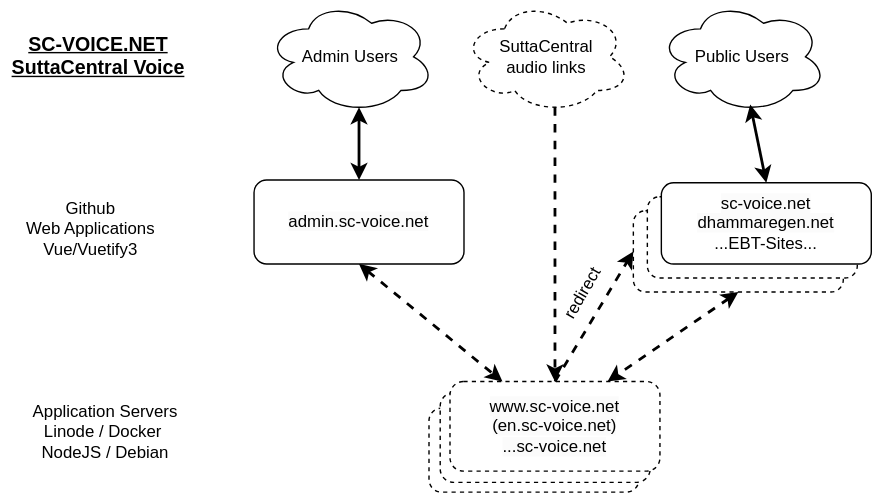
This is public/img/api.sc-voice.net.drawio.svg from sc-voice/admin_sc-voice_net, a draw.io export, as it was before one commit. Source tidied: cells renumbered, new cells last; positions are measured from the earlier drawing's top-left corner, leaving out a move shared by most shapes.
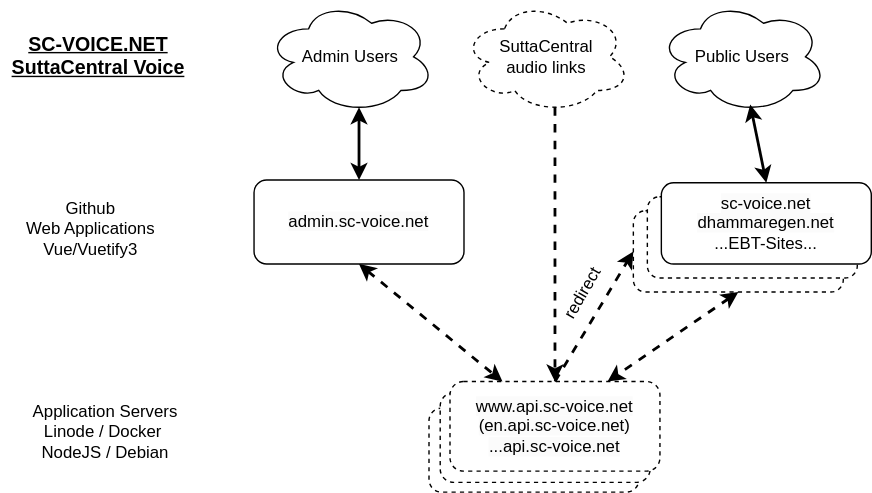
Later version of the same file.

Diff of the diagram source:
```diff
@@ -40,7 +40,7 @@
     <mxCell id="13" value="&lt;span style=&quot;color: rgb(0, 0, 0); font-family: Helvetica; font-size: 12px; font-style: normal; font-variant-ligatures: normal; font-variant-caps: normal; font-weight: 400; letter-spacing: normal; orphans: 2; text-align: center; text-indent: 0px; text-transform: none; widows: 2; word-spacing: 0px; -webkit-text-stroke-width: 0px; background-color: rgb(251, 251, 251); text-decoration-thickness: initial; text-decoration-style: initial; text-decoration-color: initial; float: none; display: inline !important;&quot;&gt;www.sc-voice.net&lt;/span&gt;&lt;span style=&quot;color: rgb(0, 0, 0); font-family: Helvetica; font-size: 12px; font-style: normal; font-variant-ligatures: normal; font-variant-caps: normal; font-weight: 400; letter-spacing: normal; orphans: 2; text-align: center; text-indent: 0px; text-transform: none; widows: 2; word-spacing: 0px; -webkit-text-stroke-width: 0px; background-color: rgb(251, 251, 251); text-decoration-thickness: initial; text-decoration-style: initial; text-decoration-color: initial; float: none; display: inline !important;&quot;&gt;&lt;br&gt;&lt;/span&gt;" style="rounded=1;whiteSpace=wrap;html=1;dashed=1;" parent="1" vertex="1">
       <mxGeometry x="314" y="280" width="150" height="64" as="geometry" />
     </mxCell>
-    <mxCell id="14" value="&lt;span style=&quot;color: rgb(0, 0, 0); font-family: Helvetica; font-size: 12px; font-style: normal; font-variant-ligatures: normal; font-variant-caps: normal; font-weight: 400; letter-spacing: normal; orphans: 2; text-align: center; text-indent: 0px; text-transform: none; widows: 2; word-spacing: 0px; -webkit-text-stroke-width: 0px; background-color: rgb(251, 251, 251); text-decoration-thickness: initial; text-decoration-style: initial; text-decoration-color: initial; float: none; display: inline !important;&quot;&gt;www.sc-voice.net&lt;br&gt;&lt;/span&gt;&lt;span style=&quot;color: rgb(0, 0, 0); font-family: Helvetica; font-size: 12px; font-style: normal; font-variant-ligatures: normal; font-variant-caps: normal; font-weight: 400; letter-spacing: normal; orphans: 2; text-align: center; text-indent: 0px; text-transform: none; widows: 2; word-spacing: 0px; -webkit-text-stroke-width: 0px; background-color: rgb(251, 251, 251); text-decoration-thickness: initial; text-decoration-style: initial; text-decoration-color: initial; float: none; display: inline !important;&quot;&gt;(en.sc-voice.net)&lt;br&gt;...sc-voice.net&lt;br&gt;&lt;/span&gt;" style="rounded=1;whiteSpace=wrap;html=1;dashed=1;" parent="1" vertex="1">
+    <mxCell id="14" value="&lt;span style=&quot;color: rgb(0, 0, 0); font-family: Helvetica; font-size: 12px; font-style: normal; font-variant-ligatures: normal; font-variant-caps: normal; font-weight: 400; letter-spacing: normal; orphans: 2; text-align: center; text-indent: 0px; text-transform: none; widows: 2; word-spacing: 0px; -webkit-text-stroke-width: 0px; background-color: rgb(251, 251, 251); text-decoration-thickness: initial; text-decoration-style: initial; text-decoration-color: initial; float: none; display: inline !important;&quot;&gt;www.api.sc-voice.net&lt;br&gt;&lt;/span&gt;&lt;span style=&quot;color: rgb(0, 0, 0); font-family: Helvetica; font-size: 12px; font-style: normal; font-variant-ligatures: normal; font-variant-caps: normal; font-weight: 400; letter-spacing: normal; orphans: 2; text-align: center; text-indent: 0px; text-transform: none; widows: 2; word-spacing: 0px; -webkit-text-stroke-width: 0px; background-color: rgb(251, 251, 251); text-decoration-thickness: initial; text-decoration-style: initial; text-decoration-color: initial; float: none; display: inline !important;&quot;&gt;(en.api.sc-voice.net)&lt;br&gt;...api.sc-voice.net&lt;br&gt;&lt;/span&gt;" style="rounded=1;whiteSpace=wrap;html=1;dashed=1;" parent="1" vertex="1">
       <mxGeometry x="321" y="272" width="150" height="64" as="geometry" />
     </mxCell>
     <mxCell id="15" style="endArrow=classic;startArrow=classic;html=1;rounded=0;entryX=0.25;entryY=0;entryDx=0;entryDy=0;exitX=0.5;exitY=1;exitDx=0;exitDy=0;strokeWidth=2;dashed=1;" parent="1" edge="1" source="2" target="14">
```
